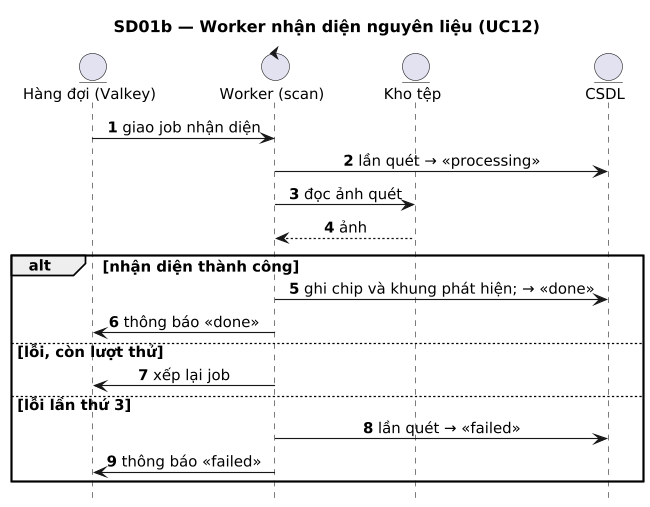
This is docs/uml/out/sequence/SD01b-worker-nhan-dien.png from NamBuw/Tastoria, a PlantUML export, as it was before one commit. Its diagram source:
```plantuml
@startuml
title SD01b — Worker nhận diện nguyên liệu (UC12)
skinparam shadowing false
skinparam defaultFontName DejaVu Sans
skinparam defaultFontSize 13
skinparam dpi 110

autonumber
hide footbox
skinparam sequenceMessageAlign center
skinparam ParticipantPadding 30

entity "Hàng đợi (Valkey)" as Q
control "Worker (scan)" as WK
entity "Kho tệp" as FS
entity "CSDL" as DB

Q -> WK : giao job nhận diện
WK -> DB : lần quét → «processing»
WK -> FS : đọc ảnh quét
FS --> WK : ảnh
alt nhận diện thành công
  WK -> DB : ghi chip và khung phát hiện; → «done»
  WK -> Q : thông báo «done»
else lỗi, còn lượt thử
  WK -> Q : xếp lại job
else lỗi lần thứ 3
  WK -> DB : lần quét → «failed»
  WK -> Q : thông báo «failed»
end
@enduml
```
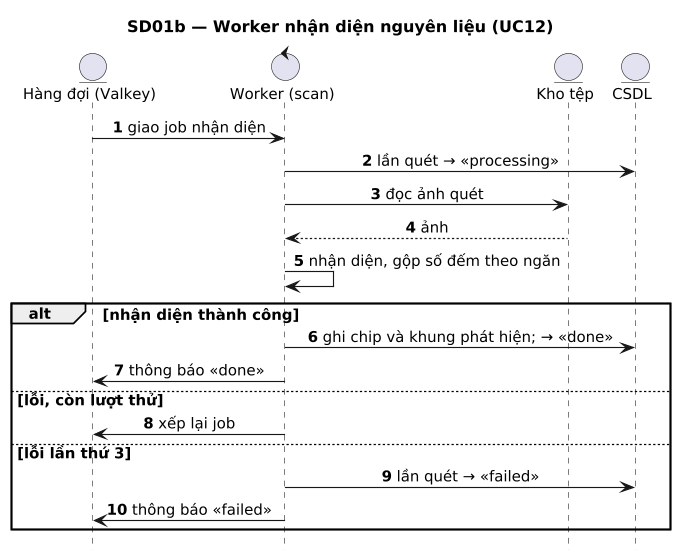
The same diagram one commit later.

Diff of the diagram source:
```diff
@@ -19,6 +19,7 @@
 WK -> DB : lần quét → «processing»
 WK -> FS : đọc ảnh quét
 FS --> WK : ảnh
+WK -> WK : nhận diện, gộp số đếm theo ngăn
 alt nhận diện thành công
   WK -> DB : ghi chip và khung phát hiện; → «done»
   WK -> Q : thông báo «done»
```
